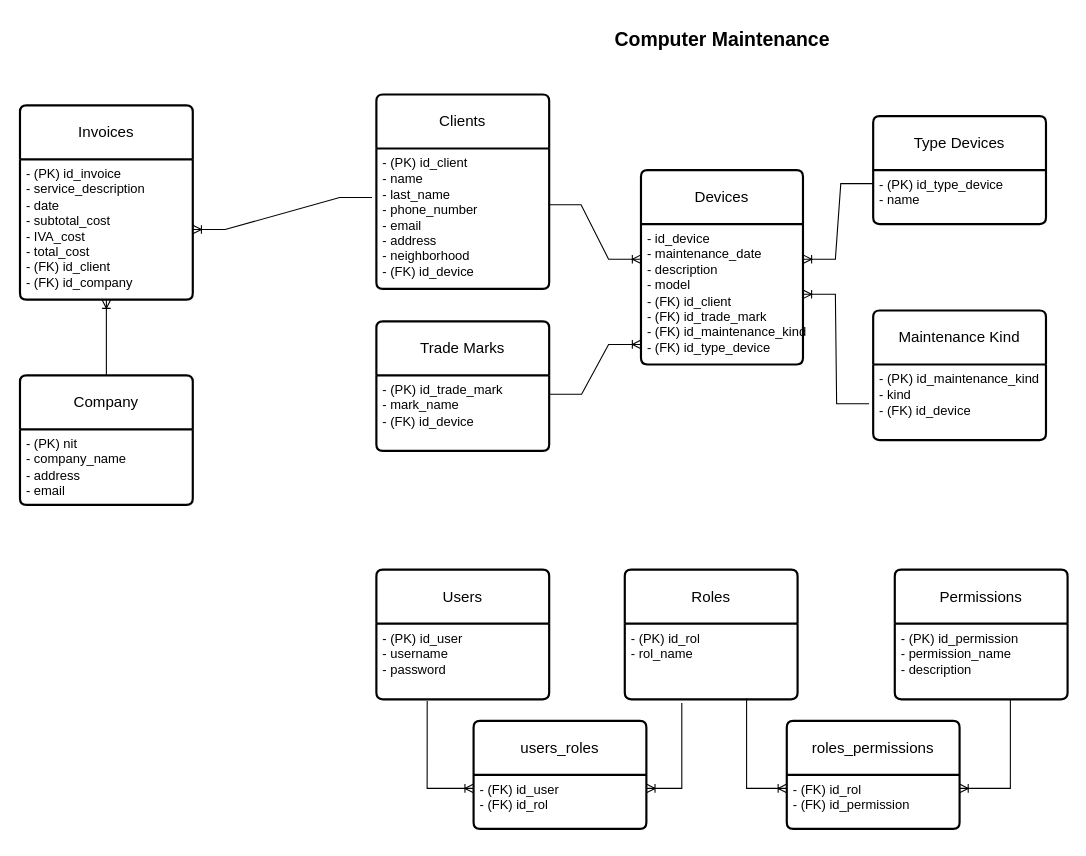
Above: Documentation/Diagrama_Relacional_Computer_Maintenance.drawio in andlemro/ComputerMaintenance (draw.io), before the change. Source tidied: cells renumbered, new cells numbered last; positions are measured from the earlier drawing's top-left corner, leaving out a move shared by most shapes. Both pictures are drawn from the tidied source at 108%, with x=0, y=0 at pixel (19, 18).
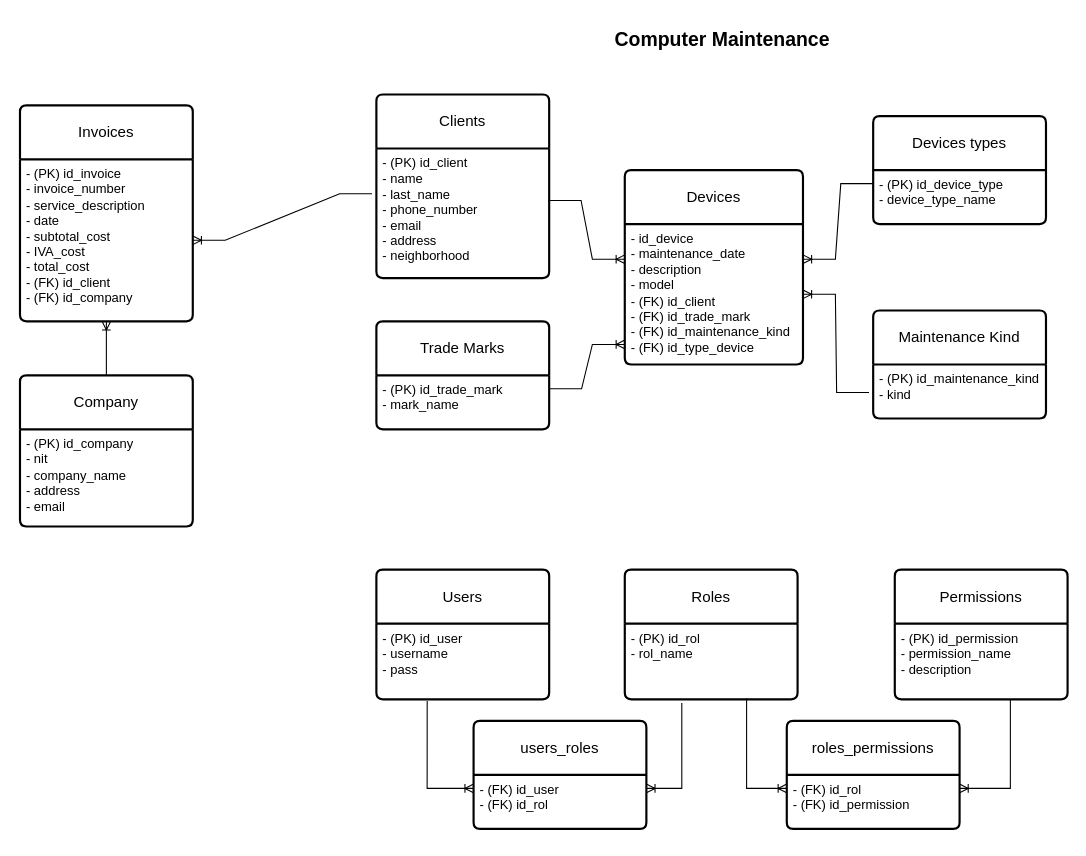
The same page after the edit.

Commit message (it also covers changes not shown here):
feat: The entity relationship diagram is updated.

Unchanged cells that the change refers to:
```xml
<mxCell id="17" value="Users" style="swimlane;horizontal=1;startSize=50;rounded=1;fontSize=14;fontStyle=0;strokeWidth=2;shadow=0;dashed=0;align=center;arcSize=4;whiteSpace=wrap;html=1;" parent="1" vertex="1">
  <mxGeometry x="330" y="510" width="160" height="120" as="geometry" />
</mxCell>
```

The edit, as a diff of the source:
```diff
@@
     <mxCell id="2" value="Clients" style="swimlane;horizontal=1;startSize=50;rounded=1;fontSize=14;fontStyle=0;strokeWidth=2;shadow=0;dashed=0;align=center;arcSize=4;whiteSpace=wrap;html=1;" parent="1" vertex="1">
-      <mxGeometry x="330" y="70" width="160" height="180" as="geometry" />
+      <mxGeometry x="330" y="70" width="160" height="170" as="geometry" />
     </mxCell>
-    <mxCell id="3" value="- (PK) id_client&lt;br&gt;- name&lt;br&gt;- last_name&lt;br&gt;- phone_number&lt;br&gt;- email&lt;br&gt;&lt;div&gt;- address&lt;br&gt;- neighborhood&lt;br&gt;-&amp;nbsp;&lt;span style=&quot;background-color: initial;&quot;&gt;(FK)&amp;nbsp;&lt;/span&gt;&lt;span style=&quot;background-color: initial;&quot;&gt;id_device&lt;/span&gt;&lt;/div&gt;" style="align=left;strokeColor=none;fillColor=none;spacingLeft=4;fontSize=12;verticalAlign=top;html=1;" parent="2" vertex="1">
-      <mxGeometry y="50" width="160" height="130" as="geometry" />
+    <mxCell id="3" value="- (PK) id_client&lt;br&gt;- name&lt;br&gt;- last_name&lt;br&gt;- phone_number&lt;br&gt;- email&lt;br&gt;&lt;div&gt;- address&lt;br&gt;- neighborhood&lt;br&gt;&lt;/div&gt;" style="align=left;strokeColor=none;fillColor=none;spacingLeft=4;fontSize=12;verticalAlign=top;html=1;" parent="2" vertex="1">
+      <mxGeometry y="50" width="160" height="120" as="geometry" />
     </mxCell>
     <mxCell id="4" value="Devices" style="swimlane;horizontal=1;startSize=50;rounded=1;fontSize=14;fontStyle=0;strokeWidth=2;shadow=0;dashed=0;align=center;arcSize=4;whiteSpace=wrap;html=1;" parent="1" vertex="1">
-      <mxGeometry x="575" y="140" width="150" height="180" as="geometry" />
+      <mxGeometry x="560" y="140" width="165" height="180" as="geometry" />
     </mxCell>
     <mxCell id="5" value="-&amp;nbsp;id_device&lt;br&gt;- maintenance_date&lt;br&gt;- description&lt;br&gt;- model&lt;br&gt;- (FK) id_client&lt;br&gt;- (FK) id_trade_mark&lt;br&gt;- (FK) id_maintenance_kind&lt;br&gt;- (FK) id_type_device" style="align=left;strokeColor=none;fillColor=none;spacingLeft=4;fontSize=12;verticalAlign=top;html=1;" parent="4" vertex="1">
-      <mxGeometry y="50" width="150" height="130" as="geometry" />
+      <mxGeometry y="50" width="165" height="130" as="geometry" />
     </mxCell>
-    <mxCell id="6" value="Type Devices" style="swimlane;horizontal=1;startSize=50;rounded=1;fontSize=14;fontStyle=0;strokeWidth=2;shadow=0;dashed=0;align=center;arcSize=4;whiteSpace=wrap;html=1;" parent="1" vertex="1">
+    <mxCell id="6" value="Devices types" style="swimlane;horizontal=1;startSize=50;rounded=1;fontSize=14;fontStyle=0;strokeWidth=2;shadow=0;dashed=0;align=center;arcSize=4;whiteSpace=wrap;html=1;" parent="1" vertex="1">
       <mxGeometry x="790" y="90" width="160" height="100" as="geometry" />
     </mxCell>
-    <mxCell id="7" value="- (PK)&amp;nbsp;id_type_device&lt;br&gt;- name" style="align=left;strokeColor=none;fillColor=none;spacingLeft=4;fontSize=12;verticalAlign=top;html=1;" parent="6" vertex="1">
+    <mxCell id="7" value="- (PK)&amp;nbsp;id_device_type&lt;br&gt;- device_type_name" style="align=left;strokeColor=none;fillColor=none;spacingLeft=4;fontSize=12;verticalAlign=top;html=1;" parent="6" vertex="1">
       <mxGeometry y="50" width="160" height="50" as="geometry" />
     </mxCell>
@@
     <mxCell id="10" value="Trade Marks" style="swimlane;horizontal=1;startSize=50;rounded=1;fontSize=14;fontStyle=0;strokeWidth=2;shadow=0;dashed=0;align=center;arcSize=4;whiteSpace=wrap;html=1;" parent="1" vertex="1">
-      <mxGeometry x="330" y="280" width="160" height="120" as="geometry" />
+      <mxGeometry x="330" y="280" width="160" height="100" as="geometry" />
     </mxCell>
-    <mxCell id="11" value="- (PK)&amp;nbsp;id_trade_mark&lt;br&gt;- mark_name&lt;br&gt;- (FK) id_device" style="align=left;strokeColor=none;fillColor=none;spacingLeft=4;fontSize=12;verticalAlign=top;html=1;" parent="10" vertex="1">
-      <mxGeometry y="50" width="160" height="70" as="geometry" />
+    <mxCell id="11" value="- (PK)&amp;nbsp;id_trade_mark&lt;br&gt;- mark_name" style="align=left;strokeColor=none;fillColor=none;spacingLeft=4;fontSize=12;verticalAlign=top;html=1;" parent="10" vertex="1">
+      <mxGeometry y="50" width="160" height="50" as="geometry" />
     </mxCell>
@@
     <mxCell id="14" value="Maintenance Kind" style="swimlane;horizontal=1;startSize=50;rounded=1;fontSize=14;fontStyle=0;strokeWidth=2;shadow=0;dashed=0;align=center;arcSize=4;whiteSpace=wrap;html=1;" parent="1" vertex="1">
-      <mxGeometry x="790" y="270" width="160" height="120" as="geometry" />
+      <mxGeometry x="790" y="270" width="160" height="100" as="geometry" />
     </mxCell>
-    <mxCell id="15" value="- (PK)&amp;nbsp;id_maintenance_kind&lt;br&gt;-&amp;nbsp;kind&lt;br&gt;- (FK) id_device" style="align=left;strokeColor=none;fillColor=none;spacingLeft=4;fontSize=12;verticalAlign=top;html=1;" parent="14" vertex="1">
-      <mxGeometry y="50" width="160" height="70" as="geometry" />
+    <mxCell id="15" value="- (PK)&amp;nbsp;id_maintenance_kind&lt;br&gt;-&amp;nbsp;kind" style="align=left;strokeColor=none;fillColor=none;spacingLeft=4;fontSize=12;verticalAlign=top;html=1;" parent="14" vertex="1">
+      <mxGeometry y="50" width="160" height="50" as="geometry" />
     </mxCell>
@@
-    <mxCell id="18" value="- (PK)&amp;nbsp;id_user&lt;br&gt;- username&lt;br&gt;- password" style="align=left;strokeColor=none;fillColor=none;spacingLeft=4;fontSize=12;verticalAlign=top;html=1;" parent="17" vertex="1">
+    <mxCell id="18" value="- (PK)&amp;nbsp;id_user&lt;br&gt;- username&lt;br&gt;- pass" style="align=left;strokeColor=none;fillColor=none;spacingLeft=4;fontSize=12;verticalAlign=top;html=1;" parent="17" vertex="1">
       <mxGeometry y="50" width="160" height="70" as="geometry" />
     </mxCell>
@@
     <mxCell id="21" value="Invoices" style="swimlane;horizontal=1;startSize=50;rounded=1;fontSize=14;fontStyle=0;strokeWidth=2;shadow=0;dashed=0;align=center;arcSize=4;whiteSpace=wrap;html=1;" parent="1" vertex="1">
-      <mxGeometry y="80" width="160" height="180" as="geometry" />
+      <mxGeometry y="80" width="160" height="200" as="geometry" />
     </mxCell>
-    <mxCell id="22" value="- (PK)&amp;nbsp;id_invoice&lt;br&gt;- service_description&lt;br&gt;- date&lt;div&gt;- subtotal_cost&lt;/div&gt;&lt;div&gt;- IVA_cost&lt;/div&gt;&lt;div&gt;- total_cost&lt;/div&gt;&lt;div&gt;- (FK) id_client&lt;/div&gt;&lt;div&gt;- (FK) id_company&lt;/div&gt;" style="align=left;strokeColor=none;fillColor=none;spacingLeft=4;fontSize=12;verticalAlign=top;html=1;" parent="21" vertex="1">
-      <mxGeometry y="50" width="160" height="130" as="geometry" />
+    <mxCell id="22" value="- (PK)&amp;nbsp;id_invoice&lt;div&gt;- invoice_number&lt;br&gt;- service_description&lt;br&gt;- date&lt;div&gt;- subtotal_cost&lt;/div&gt;&lt;div&gt;- IVA_cost&lt;/div&gt;&lt;div&gt;- total_cost&lt;/div&gt;&lt;div&gt;- (FK) id_client&lt;/div&gt;&lt;div&gt;- (FK) id_company&lt;/div&gt;&lt;/div&gt;" style="align=left;strokeColor=none;fillColor=none;spacingLeft=4;fontSize=12;verticalAlign=top;html=1;" parent="21" vertex="1">
+      <mxGeometry y="50" width="160" height="150" as="geometry" />
     </mxCell>
@@
     <mxCell id="34" value="Company" style="swimlane;horizontal=1;startSize=50;rounded=1;fontSize=14;fontStyle=0;strokeWidth=2;shadow=0;dashed=0;align=center;arcSize=4;whiteSpace=wrap;html=1;" parent="1" vertex="1">
-      <mxGeometry y="330" width="160" height="120" as="geometry" />
+      <mxGeometry y="330" width="160" height="140" as="geometry" />
     </mxCell>
-    <mxCell id="35" value="- (PK)&amp;nbsp;nit&lt;br&gt;- company_name&lt;br&gt;- address&lt;div&gt;- email&lt;/div&gt;" style="align=left;strokeColor=none;fillColor=none;spacingLeft=4;fontSize=12;verticalAlign=top;html=1;" parent="34" vertex="1">
-      <mxGeometry y="50" width="160" height="70" as="geometry" />
+    <mxCell id="35" value="- (PK) id_company&lt;div&gt;- nit&lt;br&gt;- company_name&lt;br&gt;- address&lt;div&gt;- email&lt;/div&gt;&lt;/div&gt;" style="align=left;strokeColor=none;fillColor=none;spacingLeft=4;fontSize=12;verticalAlign=top;html=1;" parent="34" vertex="1">
+      <mxGeometry y="50" width="160" height="90" as="geometry" />
     </mxCell>
```
